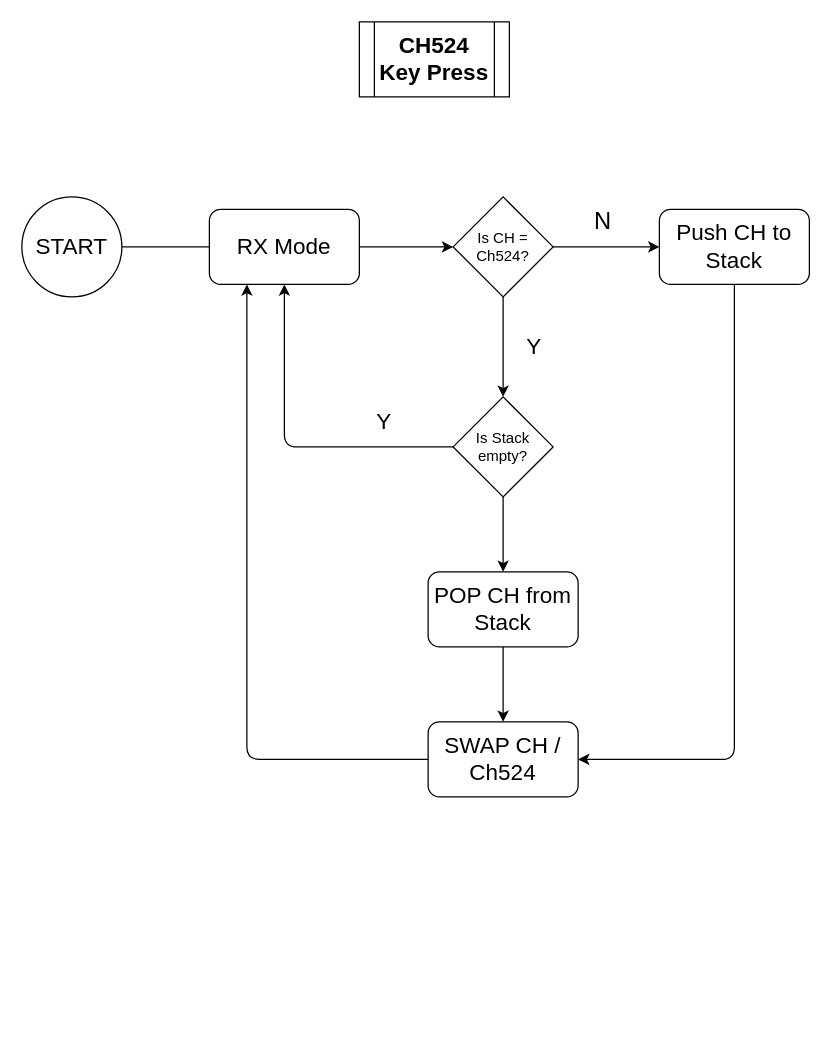
This is Untitled Diagram.drawio from kevinl8890/flowchart, a draw.io file, before an edit. Source tidied: cells renumbered, new cells numbered last; positions are measured from the earlier drawing's top-left corner, leaving out a move shared by most shapes. Both pictures are drawn from the tidied source at 125%, with x=0, y=0 at pixel (21, 21).
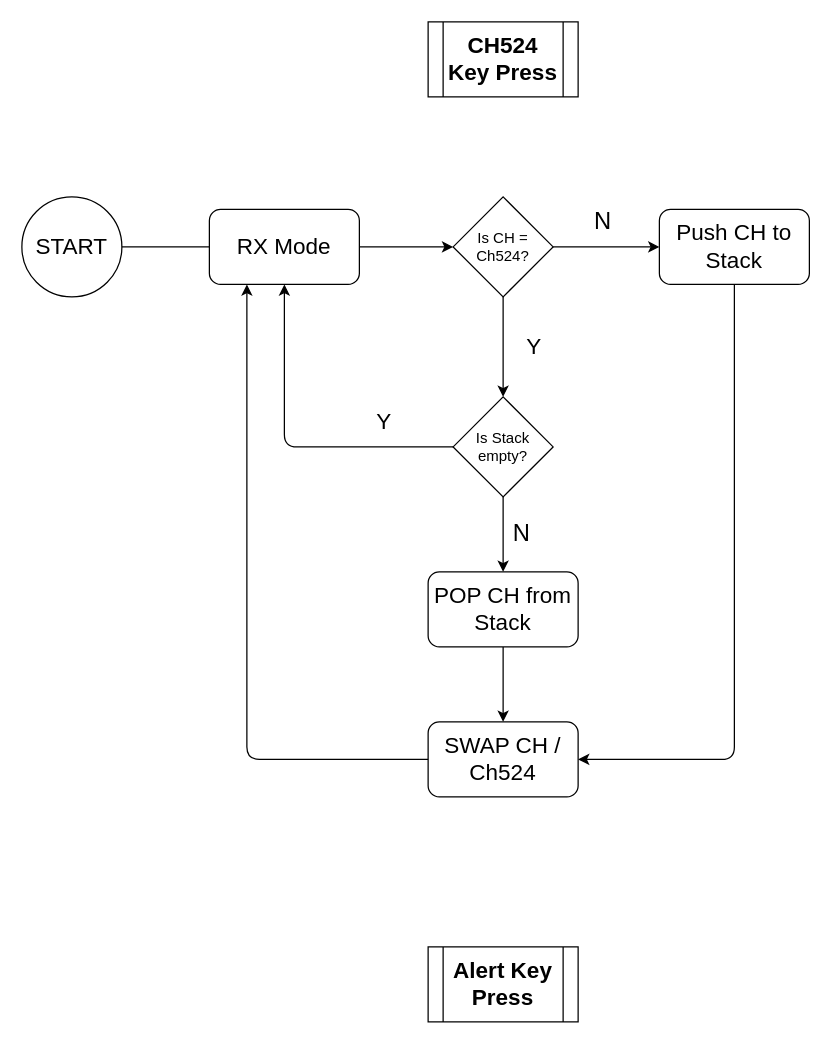
The same page after the edit.

Commit message:
Correct some info.

Change to the diagram source:
```diff
@@
     <mxCell id="15" value="&lt;font style=&quot;font-size: 18px&quot;&gt;&lt;b&gt;CH524 Key Press&lt;/b&gt;&lt;/font&gt;" style="shape=process;whiteSpace=wrap;html=1;backgroundOutline=1;" parent="1" vertex="1">
-      <mxGeometry x="270" width="120" height="60" as="geometry" />
+      <mxGeometry x="325" width="120" height="60" as="geometry" />
     </mxCell>
@@
+    <mxCell id="22" value="&lt;font style=&quot;font-size: 18px&quot;&gt;&lt;b&gt;Alert Key Press&lt;/b&gt;&lt;/font&gt;" style="shape=process;whiteSpace=wrap;html=1;backgroundOutline=1;" parent="1" vertex="1">
+      <mxGeometry x="325" y="740" width="120" height="60" as="geometry" />
+    </mxCell>
+    <mxCell id="23" value="&lt;font style=&quot;font-size: 19px&quot;&gt;N&lt;/font&gt;" style="text;html=1;strokeColor=none;fillColor=none;align=center;verticalAlign=middle;whiteSpace=wrap;rounded=0;" parent="1" vertex="1">
+      <mxGeometry x="380" y="400" width="40" height="20" as="geometry" />
+    </mxCell>
```
